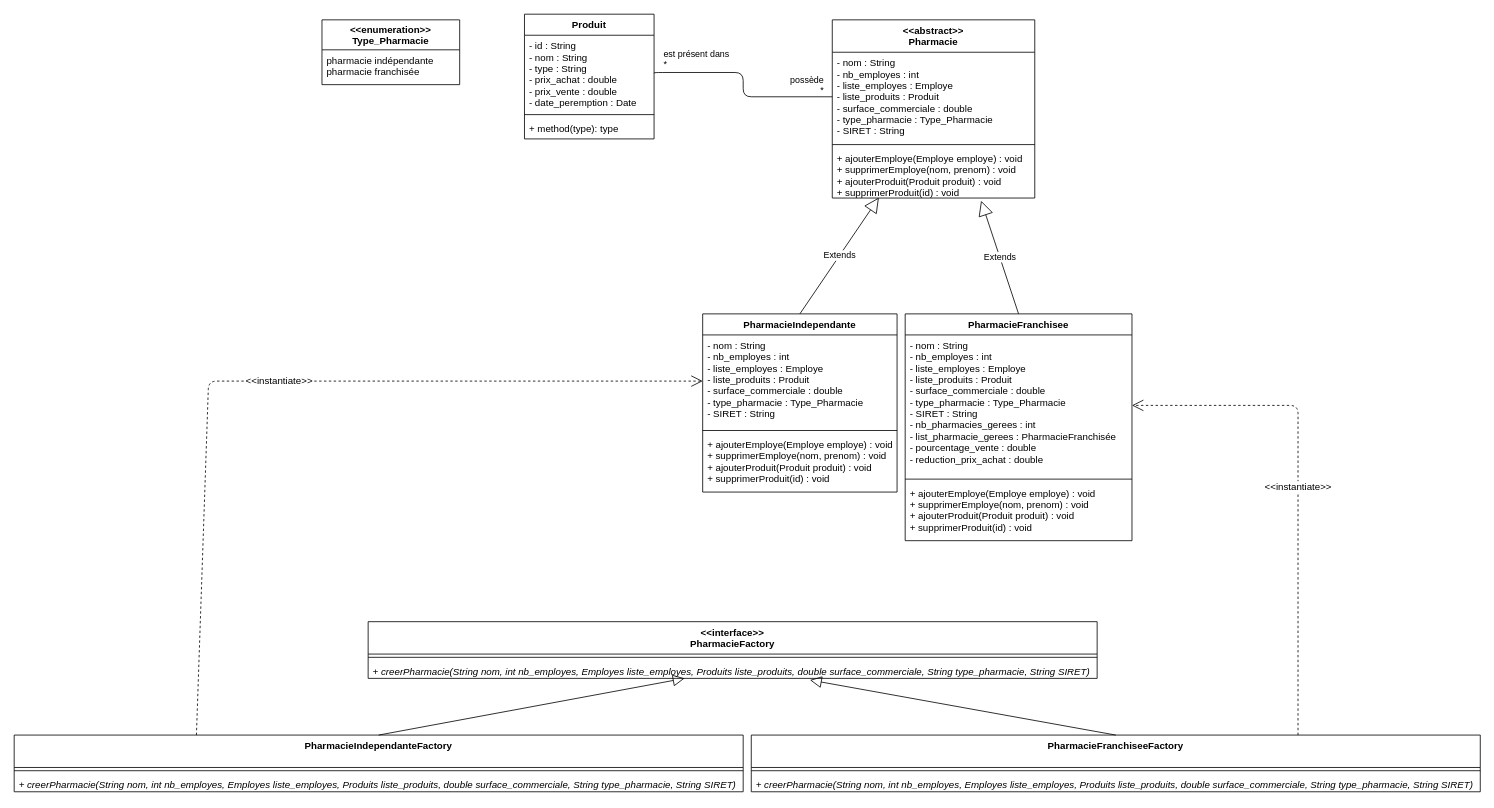
Above: src/diagrams/Produits_Pharmacies.drawio in uapv1705019/Projet-Design-Pattern-Avance (draw.io), before the change. Source tidied: cells renumbered, new cells numbered last; positions are measured from the earlier drawing's top-left corner, leaving out a move shared by most shapes. Both pictures are drawn from the tidied source at 81%, with x=0, y=0 at pixel (14, 14).
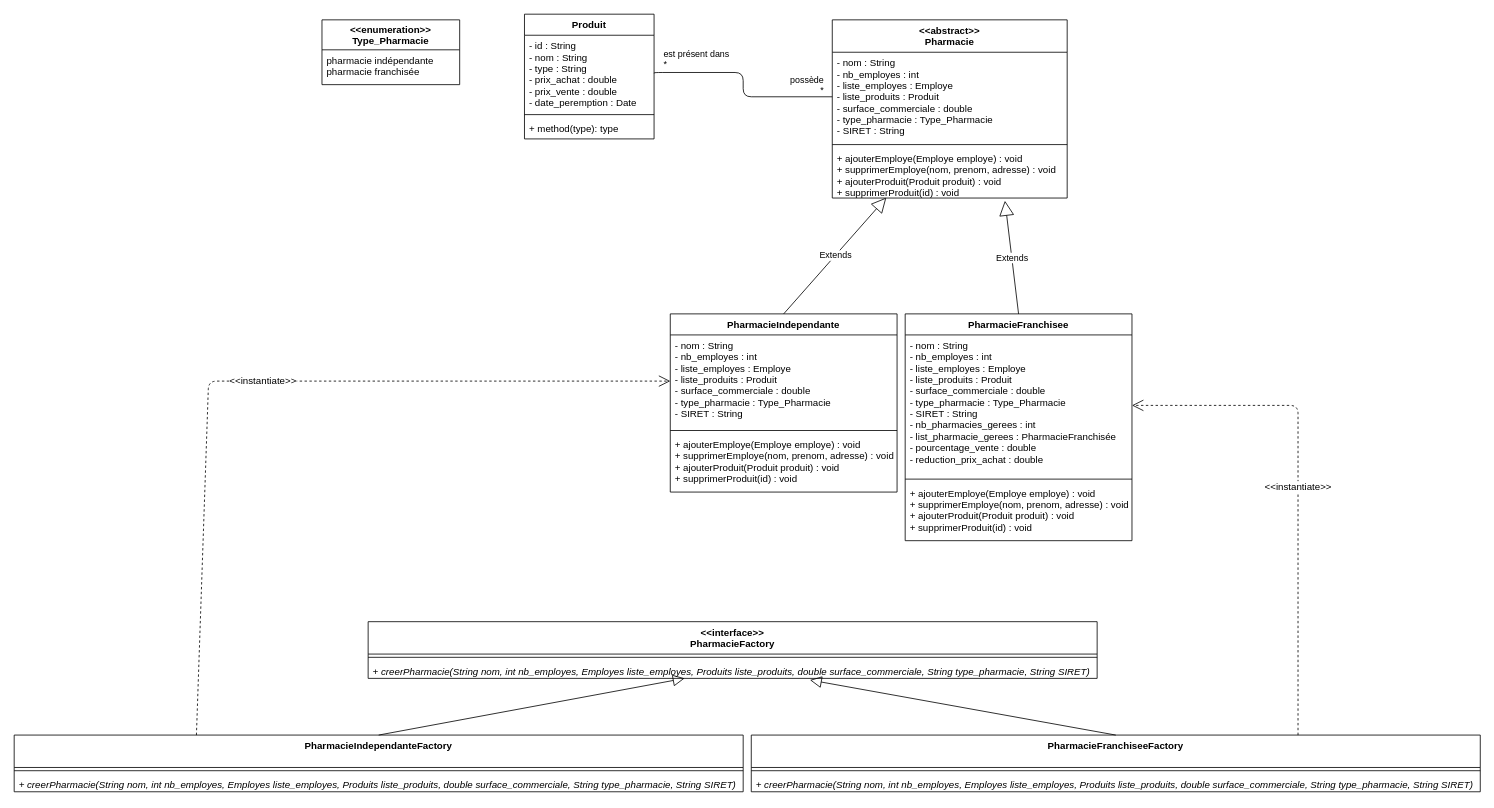
After the change.

The change refers to these unchanged cells:
```xml
<mxCell id="14" value="PharmacieFranchisee" style="swimlane;fontStyle=1;align=center;verticalAlign=top;horizontal=1;startSize=26;" parent="1" vertex="1">
  <mxGeometry x="1100" y="370" width="280" height="280" as="geometry" />
</mxCell>
```

Change to the diagram source:
```diff
@@
     <mxCell id="6" value="&lt;&lt;abstract&gt;&gt;&#10;Pharmacie" style="swimlane;fontStyle=1;align=center;verticalAlign=top;horizontal=1;startSize=40;" parent="1" vertex="1">
-      <mxGeometry x="1010" y="7" width="250" height="220" as="geometry" />
+      <mxGeometry x="1010" y="7" width="290" height="220" as="geometry" />
     </mxCell>
     <mxCell id="7" value="- nom : String&#10;- nb_employes : int&#10;- liste_employes : Employe&#10;- liste_produits : Produit&#10;- surface_commerciale : double&#10;- type_pharmacie : Type_Pharmacie&#10;- SIRET : String" style="text;strokeColor=none;fillColor=none;align=left;verticalAlign=top;spacingLeft=4;spacingRight=4;overflow=hidden;points=[[0,0.5],[1,0.5]];portConstraint=eastwest;" parent="6" vertex="1">
-      <mxGeometry y="40" width="250" height="110" as="geometry" />
+      <mxGeometry y="40" width="290" height="110" as="geometry" />
     </mxCell>
     <mxCell id="8" style="line;strokeWidth=1;fillColor=none;align=left;verticalAlign=middle;spacingTop=-1;spacingLeft=3;spacingRight=3;labelPosition=right;" parent="6" vertex="1">
-      <mxGeometry y="150" width="250" height="8" as="geometry" />
+      <mxGeometry y="150" width="290" height="8" as="geometry" />
     </mxCell>
-    <mxCell id="9" value="+ ajouterEmploye(Employe employe) : void&#10;+ supprimerEmploye(nom, prenom) : void&#10;+ ajouterProduit(Produit produit) : void&#10;+ supprimerProduit(id) : void" style="text;strokeColor=none;fillColor=none;align=left;verticalAlign=top;spacingLeft=4;spacingRight=4;overflow=hidden;points=[[0,0.5],[1,0.5]];portConstraint=eastwest;" parent="6" vertex="1">
-      <mxGeometry y="158" width="250" height="62" as="geometry" />
+    <mxCell id="9" value="+ ajouterEmploye(Employe employe) : void&#10;+ supprimerEmploye(nom, prenom, adresse) : void&#10;+ ajouterProduit(Produit produit) : void&#10;+ supprimerProduit(id) : void" style="text;strokeColor=none;fillColor=none;align=left;verticalAlign=top;spacingLeft=4;spacingRight=4;overflow=hidden;points=[[0,0.5],[1,0.5]];portConstraint=eastwest;" parent="6" vertex="1">
+      <mxGeometry y="158" width="290" height="62" as="geometry" />
     </mxCell>
     <mxCell id="10" value="PharmacieIndependante" style="swimlane;fontStyle=1;align=center;verticalAlign=top;horizontal=1;startSize=26;" parent="1" vertex="1">
-      <mxGeometry x="850" y="370" width="240" height="220" as="geometry" />
+      <mxGeometry x="810" y="370" width="280" height="220" as="geometry" />
     </mxCell>
     <mxCell id="11" value="- nom : String&#10;- nb_employes : int&#10;- liste_employes : Employe&#10;- liste_produits : Produit&#10;- surface_commerciale : double&#10;- type_pharmacie : Type_Pharmacie&#10;- SIRET : String" style="text;strokeColor=none;fillColor=none;align=left;verticalAlign=top;spacingLeft=4;spacingRight=4;overflow=hidden;points=[[0,0.5],[1,0.5]];portConstraint=eastwest;" parent="10" vertex="1">
-      <mxGeometry y="26" width="240" height="114" as="geometry" />
+      <mxGeometry y="26" width="280" height="114" as="geometry" />
     </mxCell>
     <mxCell id="12" style="line;strokeWidth=1;fillColor=none;align=left;verticalAlign=middle;spacingTop=-1;spacingLeft=3;spacingRight=3;labelPosition=right;" parent="10" vertex="1">
-      <mxGeometry y="140" width="240" height="8" as="geometry" />
+      <mxGeometry y="140" width="280" height="8" as="geometry" />
     </mxCell>
-    <mxCell id="13" value="+ ajouterEmploye(Employe employe) : void&#10;+ supprimerEmploye(nom, prenom) : void&#10;+ ajouterProduit(Produit produit) : void&#10;+ supprimerProduit(id) : void" style="text;strokeColor=none;fillColor=none;align=left;verticalAlign=top;spacingLeft=4;spacingRight=4;overflow=hidden;" parent="10" vertex="1">
-      <mxGeometry y="148" width="240" height="72" as="geometry" />
+    <mxCell id="13" value="+ ajouterEmploye(Employe employe) : void&#10;+ supprimerEmploye(nom, prenom, adresse) : void&#10;+ ajouterProduit(Produit produit) : void&#10;+ supprimerProduit(id) : void" style="text;strokeColor=none;fillColor=none;align=left;verticalAlign=top;spacingLeft=4;spacingRight=4;overflow=hidden;" parent="10" vertex="1">
+      <mxGeometry y="148" width="280" height="72" as="geometry" />
     </mxCell>
@@
-    <mxCell id="17" value="+ ajouterEmploye(Employe employe) : void&#10;+ supprimerEmploye(nom, prenom) : void&#10;+ ajouterProduit(Produit produit) : void&#10;+ supprimerProduit(id) : void" style="text;strokeColor=none;fillColor=none;align=left;verticalAlign=top;spacingLeft=4;spacingRight=4;overflow=hidden;" parent="14" vertex="1">
+    <mxCell id="17" value="+ ajouterEmploye(Employe employe) : void&#10;+ supprimerEmploye(nom, prenom, adresse) : void&#10;+ ajouterProduit(Produit produit) : void&#10;+ supprimerProduit(id) : void" style="text;strokeColor=none;fillColor=none;align=left;verticalAlign=top;spacingLeft=4;spacingRight=4;overflow=hidden;" parent="14" vertex="1">
       <mxGeometry y="208" width="280" height="72" as="geometry" />
     </mxCell>
```
